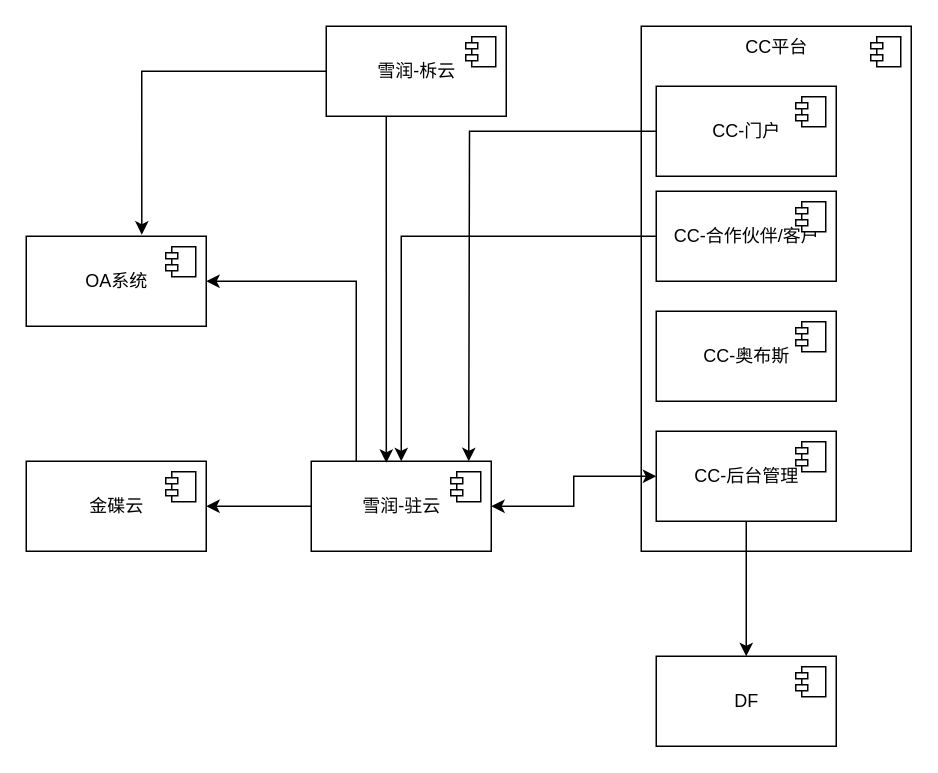
Earlier version of the draw.io diagram page "系统关系图 2.0" (2 of 4) of shrine-doc/驻云业务支撑系统关系图.drawio (easefulfil/CLOUDCARE). Source tidied: cells renumbered, new cells numbered last; positions are measured from the earlier drawing's top-left corner, leaving out a move shared by most shapes. Both pictures are drawn from the tidied source at 150%, with x=0, y=0 at pixel (26, 26).
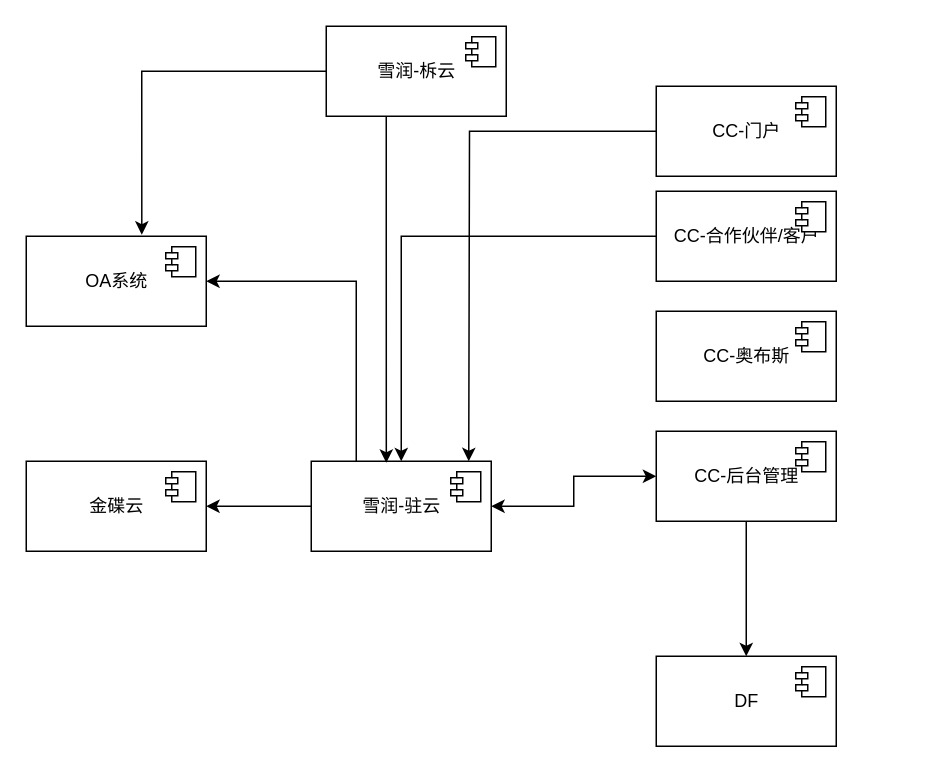
The same page after the edit.

The edit, as a diff of the source:
```diff
@@
-    <mxCell id="10" value="CC平台" style="html=1;verticalAlign=top;" parent="1" vertex="1">
-      <mxGeometry x="410" width="180" height="350" as="geometry" />
-    </mxCell>
-    <mxCell id="11" style="shape=module;jettyWidth=8;jettyHeight=4;" parent="10" vertex="1">
-      <mxGeometry x="1" width="20" height="20" relative="1" as="geometry">
-        <mxPoint x="-27" y="7" as="offset" />
-      </mxGeometry>
-    </mxCell>
```
